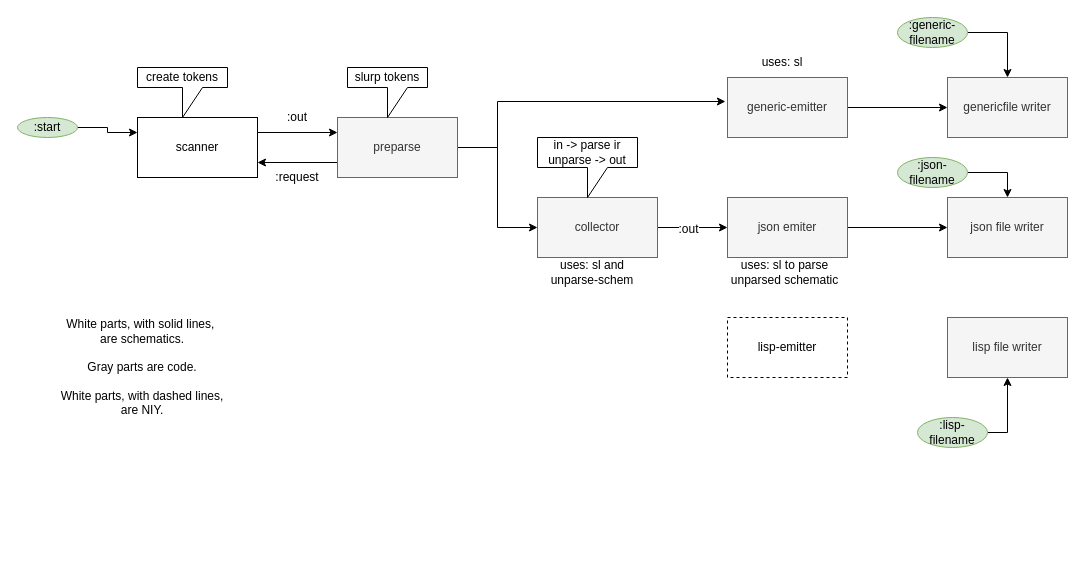
Before: page "back end parser internals" (2 of 3) of svg/back-end/back-end.drawio in bmfbp/bmfbp, a draw.io diagram. Source tidied: cells renumbered, new cells numbered last; positions are measured from the earlier drawing's top-left corner, leaving out a move shared by most shapes. Both pictures are drawn from the tidied source at 100%, with x=0, y=0 at pixel (17, 17).
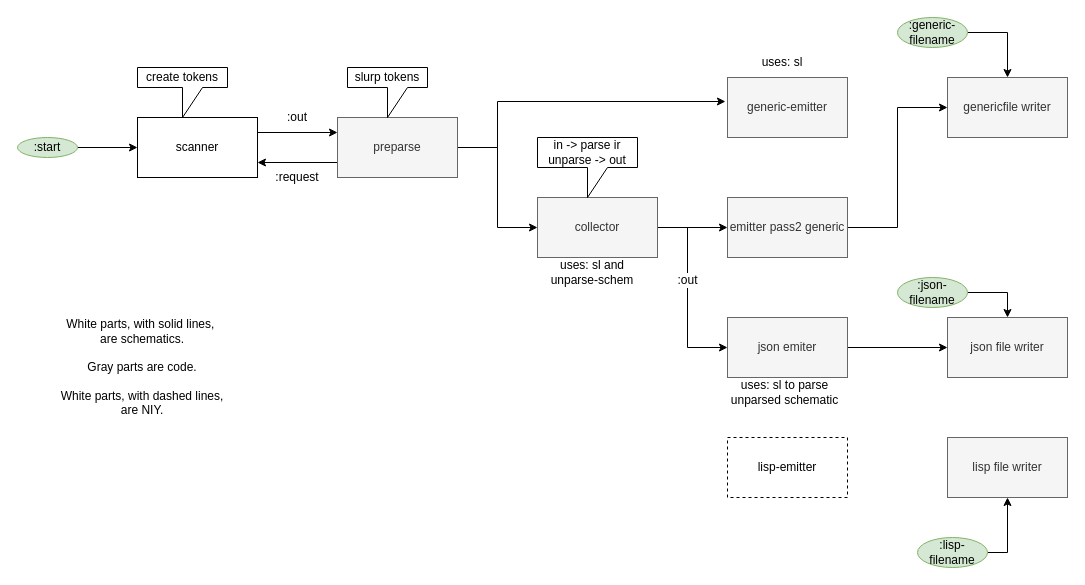
The same page after the edit.

Commit message (it also covers changes not shown here):
emitter pass2 generic

Unchanged cells that the change refers to:
```xml
<mxCell id="3" value="scanner" style="rounded=0;whiteSpace=wrap;html=1;" parent="1" vertex="1">
  <mxGeometry x="120" y="100" width="120" height="60" as="geometry" />
</mxCell>
<mxCell id="9" value="generic-emitter" style="rounded=0;whiteSpace=wrap;html=1;fillColor=#f5f5f5;strokeColor=#666666;fontColor=#333333;" parent="1" vertex="1">
  <mxGeometry x="710" y="60" width="120" height="60" as="geometry" />
</mxCell>
<mxCell id="12" value="collector" style="rounded=0;whiteSpace=wrap;html=1;fillColor=#f5f5f5;strokeColor=#666666;fontColor=#333333;" parent="1" vertex="1">
  <mxGeometry x="520" y="180" width="120" height="60" as="geometry" />
</mxCell>
<mxCell id="28" value="genericfile writer" style="rounded=0;whiteSpace=wrap;html=1;fillColor=#f5f5f5;strokeColor=#666666;fontColor=#333333;" parent="1" vertex="1">
  <mxGeometry x="930" y="60" width="120" height="60" as="geometry" />
</mxCell>
```

What changed in the source:
```diff
@@
-    <mxCell id="8" style="edgeStyle=orthogonalEdgeStyle;rounded=0;jettySize=auto;html=1;exitX=1;exitY=0.5;exitDx=0;exitDy=0;" parent="1" edge="1" source="9" target="28">
-      <mxGeometry relative="1" as="geometry" />
-    </mxCell>
@@
     <mxCell id="10" style="edgeStyle=orthogonalEdgeStyle;rounded=0;jettySize=auto;html=1;" parent="1" edge="1" source="12" target="30">
-      <mxGeometry relative="1" as="geometry" />
+      <mxGeometry relative="1" as="geometry">
+        <Array as="points">
+          <mxPoint x="670" y="210" />
+          <mxPoint x="670" y="330" />
+        </Array>
+      </mxGeometry>
     </mxCell>
@@
+    <mxCell id="36" style="edgeStyle=orthogonalEdgeStyle;rounded=0;jettySize=auto;html=1;exitX=1;exitY=0.5;exitDx=0;exitDy=0;" parent="1" edge="1" source="12" target="38">
+      <mxGeometry relative="1" as="geometry" />
+    </mxCell>
@@
     <mxCell id="13" value="lisp-emitter" style="rounded=0;whiteSpace=wrap;html=1;dashed=1;" parent="1" vertex="1">
-      <mxGeometry x="710" y="300" width="120" height="60" as="geometry" />
+      <mxGeometry x="710" y="420" width="120" height="60" as="geometry" />
     </mxCell>
@@
     <mxCell id="16" value="json file writer" style="rounded=0;whiteSpace=wrap;html=1;fillColor=#f5f5f5;strokeColor=#666666;fontColor=#333333;" parent="1" vertex="1">
-      <mxGeometry x="930" y="180" width="120" height="60" as="geometry" />
+      <mxGeometry x="930" y="300" width="120" height="60" as="geometry" />
     </mxCell>
@@
-    <mxCell id="20" style="edgeStyle=orthogonalEdgeStyle;rounded=0;jettySize=auto;html=1;exitX=1;exitY=0.5;exitDx=0;exitDy=0;entryX=0;entryY=0.25;entryDx=0;entryDy=0;" parent="1" edge="1" source="21" target="3">
+    <mxCell id="20" style="edgeStyle=orthogonalEdgeStyle;rounded=0;jettySize=auto;html=1;exitX=1;exitY=0.5;exitDx=0;exitDy=0;" parent="1" edge="1" source="21" target="3">
       <mxGeometry relative="1" as="geometry" />
     </mxCell>
     <mxCell id="21" value=":start" style="ellipse;whiteSpace=wrap;html=1;fillColor=#d5e8d4;strokeColor=#82b366;" parent="1" vertex="1">
-      <mxGeometry y="100" width="60" height="20" as="geometry" />
+      <mxGeometry y="120" width="60" height="20" as="geometry" />
     </mxCell>
@@
     <mxCell id="25" value=":json-filename" style="ellipse;whiteSpace=wrap;html=1;fillColor=#d5e8d4;strokeColor=#82b366;" parent="1" vertex="1">
-      <mxGeometry x="880" y="140" width="70" height="30" as="geometry" />
+      <mxGeometry x="880" y="260" width="70" height="30" as="geometry" />
     </mxCell>
@@
     <mxCell id="27" value=":lisp-filename" style="ellipse;whiteSpace=wrap;html=1;fillColor=#d5e8d4;strokeColor=#82b366;" parent="1" vertex="1">
-      <mxGeometry x="900" y="400" width="70" height="30" as="geometry" />
+      <mxGeometry x="900" y="520" width="70" height="30" as="geometry" />
     </mxCell>
@@
     <mxCell id="30" value="json emiter" style="rounded=0;whiteSpace=wrap;html=1;fillColor=#f5f5f5;strokeColor=#666666;fontColor=#333333;" parent="1" vertex="1">
-      <mxGeometry x="710" y="180" width="120" height="60" as="geometry" />
+      <mxGeometry x="710" y="300" width="120" height="60" as="geometry" />
     </mxCell>
     <mxCell id="31" value="lisp file writer" style="rounded=0;whiteSpace=wrap;html=1;fillColor=#f5f5f5;strokeColor=#666666;fontColor=#333333;" parent="1" vertex="1">
-      <mxGeometry x="930" y="300" width="120" height="60" as="geometry" />
+      <mxGeometry x="930" y="420" width="120" height="60" as="geometry" />
     </mxCell>
@@
     <mxCell id="34" value="uses: sl to parse unparsed schematic" style="text;html=1;strokeColor=none;fillColor=none;align=center;verticalAlign=middle;whiteSpace=wrap;rounded=0;" parent="1" vertex="1">
-      <mxGeometry x="705" y="240" width="125" height="30" as="geometry" />
+      <mxGeometry x="705" y="360" width="125" height="30" as="geometry" />
     </mxCell>
@@
+    <mxCell id="37" style="edgeStyle=orthogonalEdgeStyle;rounded=0;jettySize=auto;html=1;exitX=1;exitY=0.5;exitDx=0;exitDy=0;entryX=0;entryY=0.5;entryDx=0;entryDy=0;" parent="1" edge="1" source="38" target="28">
+      <mxGeometry relative="1" as="geometry" />
+    </mxCell>
+    <mxCell id="38" value="emitter pass2 generic" style="rounded=0;whiteSpace=wrap;html=1;fillColor=#f5f5f5;strokeColor=#666666;fontColor=#333333;" parent="1" vertex="1">
+      <mxGeometry x="710" y="180" width="120" height="60" as="geometry" />
+    </mxCell>
```
